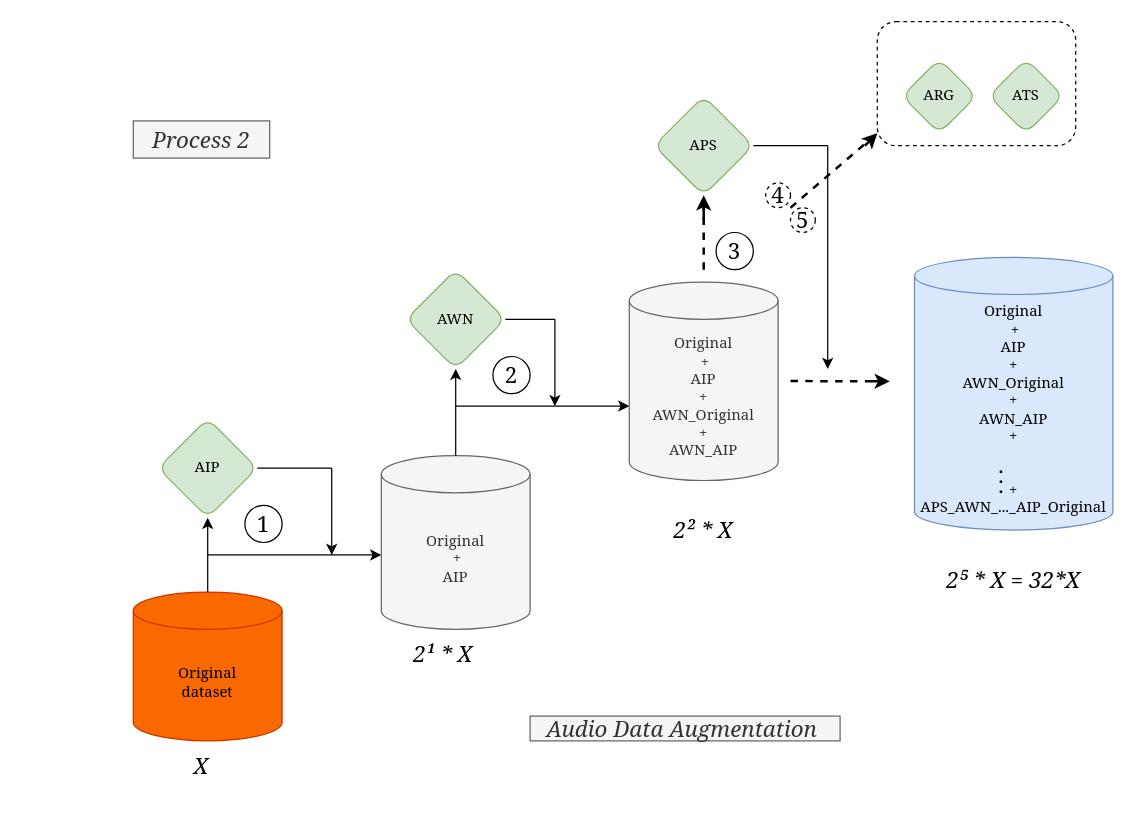
This is page "Page-2" (2 of 3) of Diagramme sans nom.drawio from papasega/DeepLearning_Shared_PSW, a draw.io file, before an edit. Source tidied: cells renumbered, new cells numbered last; positions are measured from the earlier drawing's top-left corner, leaving out a move shared by most shapes. Both pictures are drawn from the tidied source at 124%, with x=0, y=0 at pixel (133, 21).
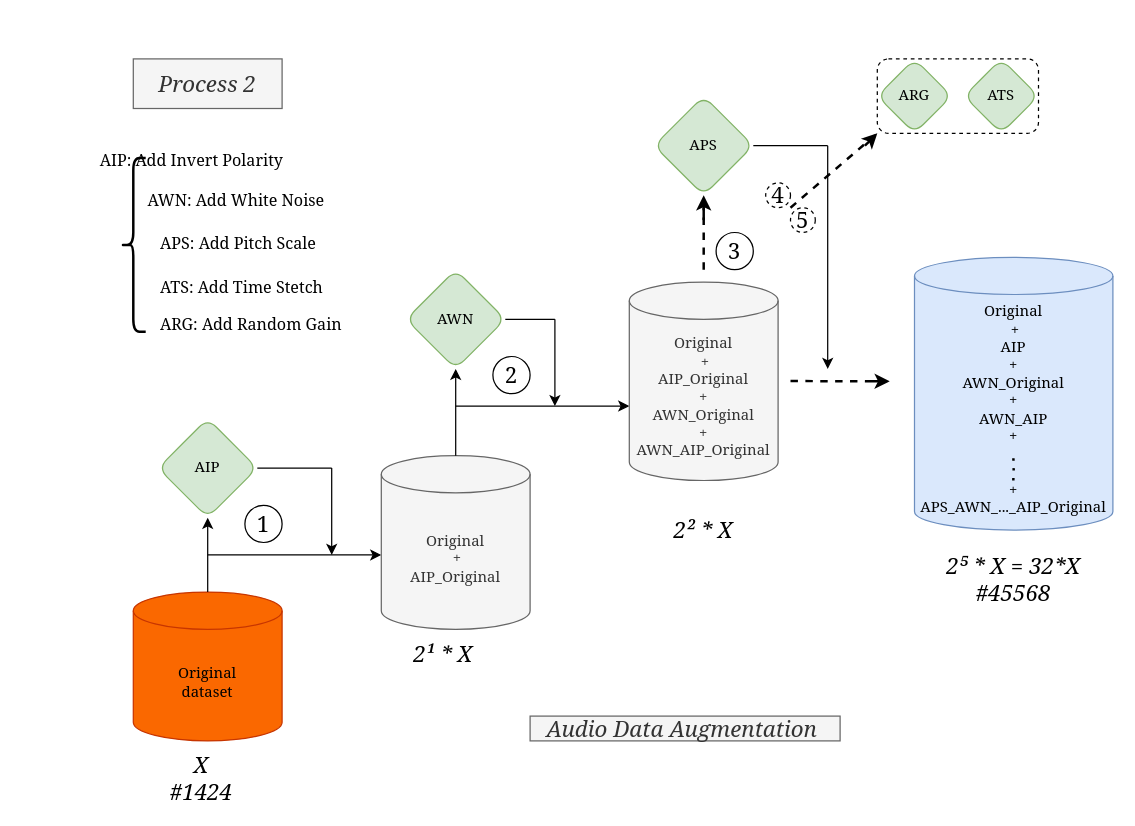
The same diagram, later.

Change to the diagram source:
```diff
@@
     <mxCell id="3" value="&lt;i&gt;&lt;font style=&quot;font-size: 18px;&quot; face=&quot;Georgia&quot;&gt;Process 2&lt;/font&gt;&lt;/i&gt;" style="rounded=0;whiteSpace=wrap;html=1;strokeColor=#666666;fillColor=#f5f5f5;fontColor=#333333;" parent="1" vertex="1">
-      <mxGeometry y="80" width="110" height="30" as="geometry" />
+      <mxGeometry y="30" width="120" height="40" as="geometry" />
     </mxCell>
@@
-    <mxCell id="9" value="&lt;font face=&quot;Georgia&quot;&gt;Original&lt;br&gt;&amp;nbsp;+ &lt;br&gt;AIP&lt;/font&gt;" style="shape=cylinder3;whiteSpace=wrap;html=1;boundedLbl=1;backgroundOutline=1;size=15;fillColor=#f5f5f5;fontColor=#333333;strokeColor=#666666;" parent="1" vertex="1">
+    <mxCell id="9" value="&lt;font face=&quot;Georgia&quot;&gt;Original&lt;br&gt;&amp;nbsp;+ &lt;br&gt;AIP_Original&lt;/font&gt;" style="shape=cylinder3;whiteSpace=wrap;html=1;boundedLbl=1;backgroundOutline=1;size=15;fillColor=#f5f5f5;fontColor=#333333;strokeColor=#666666;" parent="1" vertex="1">
       <mxGeometry x="200" y="350" width="120" height="140" as="geometry" />
     </mxCell>
@@
-    <mxCell id="15" value="&lt;font face=&quot;Georgia&quot;&gt;Original&lt;br&gt;&amp;nbsp;+ &lt;br&gt;AIP&lt;br&gt;+&lt;br&gt;AWN_Original&lt;br&gt;+&lt;br&gt;AWN_AIP&lt;br&gt;&lt;/font&gt;" style="shape=cylinder3;whiteSpace=wrap;html=1;boundedLbl=1;backgroundOutline=1;size=15;fillColor=#f5f5f5;fontColor=#333333;strokeColor=#666666;" parent="1" vertex="1">
+    <mxCell id="15" value="&lt;font face=&quot;Georgia&quot;&gt;Original&lt;br&gt;&amp;nbsp;+ &lt;br&gt;AIP_Original&lt;br&gt;+&lt;br&gt;AWN_Original&lt;br&gt;+&lt;br&gt;AWN_AIP_Original&lt;br&gt;&lt;/font&gt;" style="shape=cylinder3;whiteSpace=wrap;html=1;boundedLbl=1;backgroundOutline=1;size=15;fillColor=#f5f5f5;fontColor=#333333;strokeColor=#666666;" parent="1" vertex="1">
       <mxGeometry x="400" y="210" width="120" height="160" as="geometry" />
     </mxCell>
-    <mxCell id="16" value="&lt;i&gt;&lt;font style=&quot;font-size: 18px;&quot; face=&quot;Georgia&quot;&gt;X&lt;/font&gt;&lt;/i&gt;" style="rounded=0;whiteSpace=wrap;html=1;strokeColor=#FFFFFF;" parent="1" vertex="1">
-      <mxGeometry x="30" y="590" width="50" height="20" as="geometry" />
+    <mxCell id="16" value="&lt;i&gt;&lt;font style=&quot;font-size: 18px;&quot; face=&quot;Georgia&quot;&gt;X&lt;br&gt;#1424&lt;br&gt;&lt;/font&gt;&lt;/i&gt;" style="rounded=0;whiteSpace=wrap;html=1;strokeColor=#FFFFFF;" parent="1" vertex="1">
+      <mxGeometry x="30" y="600" width="50" height="20" as="geometry" />
     </mxCell>
@@
     <mxCell id="28" style="endArrow=none;dashed=1;html=1;dashPattern=1 3;strokeWidth=2;rounded=0;fontFamily=Georgia;fontSize=18;" parent="1" edge="1">
       <mxGeometry relative="1" as="geometry">
-        <mxPoint x="699.7" y="380" as="sourcePoint" />
-        <mxPoint x="699.7" y="360" as="targetPoint" />
+        <mxPoint x="709.7" y="370" as="sourcePoint" />
+        <mxPoint x="709.7" y="350" as="targetPoint" />
+        <Array as="points">
+          <mxPoint x="710" y="360" />
+        </Array>
       </mxGeometry>
     </mxCell>
-    <mxCell id="29" value="&lt;i&gt;&lt;font style=&quot;font-size: 18px;&quot; face=&quot;Georgia&quot;&gt;2⁵ * X = 32*X&lt;/font&gt;&lt;/i&gt;" style="rounded=0;whiteSpace=wrap;html=1;strokeColor=#FFFFFF;" parent="1" vertex="1">
+    <mxCell id="29" value="&lt;i&gt;&lt;font style=&quot;font-size: 18px;&quot; face=&quot;Georgia&quot;&gt;2⁵ * X = 32*X&lt;br&gt;#45568&lt;br&gt;&lt;/font&gt;&lt;/i&gt;" style="rounded=0;whiteSpace=wrap;html=1;strokeColor=#FFFFFF;" parent="1" vertex="1">
       <mxGeometry x="635" y="440" width="150" height="20" as="geometry" />
     </mxCell>
@@
     <mxCell id="32" value="&lt;span style=&quot;font-family: Georgia;&quot;&gt;ARG&lt;/span&gt;" style="rhombus;whiteSpace=wrap;html=1;fillColor=#d5e8d4;strokeColor=#82b366;rounded=1;" parent="1" vertex="1">
-      <mxGeometry x="620" y="30" width="60" height="60" as="geometry" />
+      <mxGeometry x="600" y="30" width="60" height="60" as="geometry" />
     </mxCell>
     <mxCell id="33" style="rounded=1;whiteSpace=wrap;html=1;dashed=1;fontFamily=Georgia;fontSize=18;fillColor=none;" parent="1" vertex="1">
-      <mxGeometry x="600" width="160" height="100" as="geometry" />
+      <mxGeometry x="600" y="30" width="130" height="60" as="geometry" />
     </mxCell>
     <mxCell id="34" value="&lt;span style=&quot;font-family: Georgia;&quot;&gt;ATS&lt;/span&gt;" style="rhombus;whiteSpace=wrap;html=1;fillColor=#d5e8d4;strokeColor=#82b366;rounded=1;" parent="1" vertex="1">
-      <mxGeometry x="690" y="30" width="60" height="60" as="geometry" />
+      <mxGeometry x="670" y="30" width="60" height="60" as="geometry" />
     </mxCell>
@@
+    <mxCell id="40" style="shape=curlyBracket;whiteSpace=wrap;html=1;rounded=1;strokeColor=#000000;strokeWidth=2;fontFamily=Georgia;fontSize=18;fillColor=#FFFFFF;gradientColor=none;" parent="1" vertex="1">
+      <mxGeometry x="-10" y="110" width="20" height="140" as="geometry" />
+    </mxCell>
+    <mxCell id="41" value="&lt;font style=&quot;font-size: 13px;&quot;&gt;&lt;span style=&quot;white-space: pre;&quot;&gt; &lt;/span&gt;&lt;span style=&quot;white-space: pre;&quot;&gt; &lt;/span&gt;&lt;span style=&quot;white-space: pre;&quot;&gt; &lt;/span&gt;&lt;span style=&quot;white-space: pre;&quot;&gt; &lt;/span&gt;AIP: Add Invert Polarity&lt;/font&gt;" style="text;html=1;align=center;verticalAlign=middle;strokeColor=none;fillColor=none;fontSize=18;fontFamily=Georgia;" parent="1" vertex="1">
+      <mxGeometry x="-90" y="90" width="260" height="40" as="geometry" />
+    </mxCell>
+    <mxCell id="42" value="&lt;span style=&quot;color: rgb(0, 0, 0); font-family: Georgia; font-size: 13px; font-style: normal; font-variant-ligatures: normal; font-variant-caps: normal; font-weight: 400; letter-spacing: normal; orphans: 2; text-align: center; text-indent: 0px; text-transform: none; widows: 2; word-spacing: 0px; -webkit-text-stroke-width: 0px; background-color: rgb(255, 255, 255); text-decoration-thickness: initial; text-decoration-style: initial; text-decoration-color: initial;&quot;&gt; &lt;/span&gt;&lt;span style=&quot;color: rgb(0, 0, 0); font-family: Georgia; font-size: 13px; font-style: normal; font-variant-ligatures: normal; font-variant-caps: normal; font-weight: 400; letter-spacing: normal; orphans: 2; text-align: center; text-indent: 0px; text-transform: none; widows: 2; word-spacing: 0px; -webkit-text-stroke-width: 0px; background-color: rgb(255, 255, 255); text-decoration-thickness: initial; text-decoration-style: initial; text-decoration-color: initial;&quot;&gt; &lt;/span&gt;&lt;span style=&quot;color: rgb(0, 0, 0); font-family: Georgia; font-size: 13px; font-style: normal; font-variant-ligatures: normal; font-variant-caps: normal; font-weight: 400; letter-spacing: normal; orphans: 2; text-align: center; text-indent: 0px; text-transform: none; widows: 2; word-spacing: 0px; -webkit-text-stroke-width: 0px; background-color: rgb(255, 255, 255); text-decoration-thickness: initial; text-decoration-style: initial; text-decoration-color: initial;&quot;&gt; &lt;/span&gt;&lt;span style=&quot;color: rgb(0, 0, 0); font-family: Georgia; font-size: 13px; font-style: normal; font-variant-ligatures: normal; font-variant-caps: normal; font-weight: 400; letter-spacing: normal; orphans: 2; text-align: center; text-indent: 0px; text-transform: none; widows: 2; word-spacing: 0px; -webkit-text-stroke-width: 0px; background-color: rgb(255, 255, 255); text-decoration-thickness: initial; text-decoration-style: initial; text-decoration-color: initial;&quot;&gt; &lt;/span&gt;&lt;span style=&quot;color: rgb(0, 0, 0); font-family: Georgia; font-size: 13px; font-style: normal; font-variant-ligatures: normal; font-variant-caps: normal; font-weight: 400; letter-spacing: normal; orphans: 2; text-align: center; text-indent: 0px; text-transform: none; widows: 2; word-spacing: 0px; -webkit-text-stroke-width: 0px; background-color: rgb(255, 255, 255); text-decoration-thickness: initial; text-decoration-style: initial; text-decoration-color: initial; float: none; display: inline !important;&quot;&gt;AWN: Add White Noise&lt;/span&gt;" style="text;whiteSpace=wrap;html=1;fontSize=13;fontFamily=Georgia;" parent="1" vertex="1">
+      <mxGeometry x="10" y="130" width="170" height="40" as="geometry" />
+    </mxCell>
+    <mxCell id="43" value="&lt;span style=&quot;color: rgb(0, 0, 0); font-family: Georgia; font-size: 13px; font-style: normal; font-variant-ligatures: normal; font-variant-caps: normal; font-weight: 400; letter-spacing: normal; orphans: 2; text-align: center; text-indent: 0px; text-transform: none; widows: 2; word-spacing: 0px; -webkit-text-stroke-width: 0px; background-color: rgb(255, 255, 255); text-decoration-thickness: initial; text-decoration-style: initial; text-decoration-color: initial;&quot;&gt; &lt;/span&gt;&lt;span style=&quot;color: rgb(0, 0, 0); font-family: Georgia; font-size: 13px; font-style: normal; font-variant-ligatures: normal; font-variant-caps: normal; font-weight: 400; letter-spacing: normal; orphans: 2; text-align: center; text-indent: 0px; text-transform: none; widows: 2; word-spacing: 0px; -webkit-text-stroke-width: 0px; background-color: rgb(255, 255, 255); text-decoration-thickness: initial; text-decoration-style: initial; text-decoration-color: initial;&quot;&gt; &lt;/span&gt;&lt;span style=&quot;color: rgb(0, 0, 0); font-family: Georgia; font-size: 13px; font-style: normal; font-variant-ligatures: normal; font-variant-caps: normal; font-weight: 400; letter-spacing: normal; orphans: 2; text-align: center; text-indent: 0px; text-transform: none; widows: 2; word-spacing: 0px; -webkit-text-stroke-width: 0px; background-color: rgb(255, 255, 255); text-decoration-thickness: initial; text-decoration-style: initial; text-decoration-color: initial;&quot;&gt; &lt;/span&gt;&lt;span style=&quot;color: rgb(0, 0, 0); font-family: Georgia; font-size: 13px; font-style: normal; font-variant-ligatures: normal; font-variant-caps: normal; font-weight: 400; letter-spacing: normal; orphans: 2; text-align: center; text-indent: 0px; text-transform: none; widows: 2; word-spacing: 0px; -webkit-text-stroke-width: 0px; background-color: rgb(255, 255, 255); text-decoration-thickness: initial; text-decoration-style: initial; text-decoration-color: initial;&quot;&gt; &lt;/span&gt;&lt;span style=&quot;color: rgb(0, 0, 0); font-family: Georgia; font-size: 13px; font-style: normal; font-variant-ligatures: normal; font-variant-caps: normal; font-weight: 400; letter-spacing: normal; orphans: 2; text-align: center; text-indent: 0px; text-transform: none; widows: 2; word-spacing: 0px; -webkit-text-stroke-width: 0px; background-color: rgb(255, 255, 255); text-decoration-thickness: initial; text-decoration-style: initial; text-decoration-color: initial; float: none; display: inline !important;&quot;&gt;APS: Add Pitch Scale&lt;/span&gt;" style="text;whiteSpace=wrap;html=1;fontSize=13;fontFamily=Georgia;" parent="1" vertex="1">
+      <mxGeometry x="20" y="165" width="170" height="40" as="geometry" />
+    </mxCell>
+    <mxCell id="44" value="&lt;span style=&quot;color: rgb(0, 0, 0); font-family: Georgia; font-size: 13px; font-style: normal; font-variant-ligatures: normal; font-variant-caps: normal; font-weight: 400; letter-spacing: normal; orphans: 2; text-align: center; text-indent: 0px; text-transform: none; widows: 2; word-spacing: 0px; -webkit-text-stroke-width: 0px; background-color: rgb(255, 255, 255); text-decoration-thickness: initial; text-decoration-style: initial; text-decoration-color: initial;&quot;&gt; &lt;/span&gt;&lt;span style=&quot;color: rgb(0, 0, 0); font-family: Georgia; font-size: 13px; font-style: normal; font-variant-ligatures: normal; font-variant-caps: normal; font-weight: 400; letter-spacing: normal; orphans: 2; text-align: center; text-indent: 0px; text-transform: none; widows: 2; word-spacing: 0px; -webkit-text-stroke-width: 0px; background-color: rgb(255, 255, 255); text-decoration-thickness: initial; text-decoration-style: initial; text-decoration-color: initial;&quot;&gt; &lt;/span&gt;&lt;span style=&quot;color: rgb(0, 0, 0); font-family: Georgia; font-size: 13px; font-style: normal; font-variant-ligatures: normal; font-variant-caps: normal; font-weight: 400; letter-spacing: normal; orphans: 2; text-align: center; text-indent: 0px; text-transform: none; widows: 2; word-spacing: 0px; -webkit-text-stroke-width: 0px; background-color: rgb(255, 255, 255); text-decoration-thickness: initial; text-decoration-style: initial; text-decoration-color: initial;&quot;&gt; &lt;/span&gt;&lt;span style=&quot;color: rgb(0, 0, 0); font-family: Georgia; font-size: 13px; font-style: normal; font-variant-ligatures: normal; font-variant-caps: normal; font-weight: 400; letter-spacing: normal; orphans: 2; text-align: center; text-indent: 0px; text-transform: none; widows: 2; word-spacing: 0px; -webkit-text-stroke-width: 0px; background-color: rgb(255, 255, 255); text-decoration-thickness: initial; text-decoration-style: initial; text-decoration-color: initial;&quot;&gt; &lt;/span&gt;&lt;span style=&quot;color: rgb(0, 0, 0); font-family: Georgia; font-size: 13px; font-style: normal; font-variant-ligatures: normal; font-variant-caps: normal; font-weight: 400; letter-spacing: normal; orphans: 2; text-align: center; text-indent: 0px; text-transform: none; widows: 2; word-spacing: 0px; -webkit-text-stroke-width: 0px; background-color: rgb(255, 255, 255); text-decoration-thickness: initial; text-decoration-style: initial; text-decoration-color: initial; float: none; display: inline !important;&quot;&gt;ATS: Add Time Stetch&lt;/span&gt;" style="text;whiteSpace=wrap;html=1;fontSize=13;fontFamily=Georgia;" parent="1" vertex="1">
+      <mxGeometry x="20" y="200" width="170" height="40" as="geometry" />
+    </mxCell>
+    <mxCell id="45" value="&lt;span style=&quot;color: rgb(0, 0, 0); font-family: Georgia; font-size: 13px; font-style: normal; font-variant-ligatures: normal; font-variant-caps: normal; font-weight: 400; letter-spacing: normal; orphans: 2; text-align: center; text-indent: 0px; text-transform: none; widows: 2; word-spacing: 0px; -webkit-text-stroke-width: 0px; background-color: rgb(255, 255, 255); text-decoration-thickness: initial; text-decoration-style: initial; text-decoration-color: initial;&quot;&gt; &lt;/span&gt;&lt;span style=&quot;color: rgb(0, 0, 0); font-family: Georgia; font-size: 13px; font-style: normal; font-variant-ligatures: normal; font-variant-caps: normal; font-weight: 400; letter-spacing: normal; orphans: 2; text-align: center; text-indent: 0px; text-transform: none; widows: 2; word-spacing: 0px; -webkit-text-stroke-width: 0px; background-color: rgb(255, 255, 255); text-decoration-thickness: initial; text-decoration-style: initial; text-decoration-color: initial;&quot;&gt; &lt;/span&gt;&lt;span style=&quot;color: rgb(0, 0, 0); font-family: Georgia; font-size: 13px; font-style: normal; font-variant-ligatures: normal; font-variant-caps: normal; font-weight: 400; letter-spacing: normal; orphans: 2; text-align: center; text-indent: 0px; text-transform: none; widows: 2; word-spacing: 0px; -webkit-text-stroke-width: 0px; background-color: rgb(255, 255, 255); text-decoration-thickness: initial; text-decoration-style: initial; text-decoration-color: initial;&quot;&gt; &lt;/span&gt;&lt;span style=&quot;color: rgb(0, 0, 0); font-family: Georgia; font-size: 13px; font-style: normal; font-variant-ligatures: normal; font-variant-caps: normal; font-weight: 400; letter-spacing: normal; orphans: 2; text-align: center; text-indent: 0px; text-transform: none; widows: 2; word-spacing: 0px; -webkit-text-stroke-width: 0px; background-color: rgb(255, 255, 255); text-decoration-thickness: initial; text-decoration-style: initial; text-decoration-color: initial;&quot;&gt; &lt;/span&gt;&lt;span style=&quot;color: rgb(0, 0, 0); font-family: Georgia; font-size: 13px; font-style: normal; font-variant-ligatures: normal; font-variant-caps: normal; font-weight: 400; letter-spacing: normal; orphans: 2; text-align: center; text-indent: 0px; text-transform: none; widows: 2; word-spacing: 0px; -webkit-text-stroke-width: 0px; background-color: rgb(255, 255, 255); text-decoration-thickness: initial; text-decoration-style: initial; text-decoration-color: initial; float: none; display: inline !important;&quot;&gt;ARG: Add Random Gain&lt;/span&gt;" style="text;whiteSpace=wrap;html=1;fontSize=13;fontFamily=Georgia;" parent="1" vertex="1">
+      <mxGeometry x="20" y="230" width="170" height="40" as="geometry" />
+    </mxCell>
```
